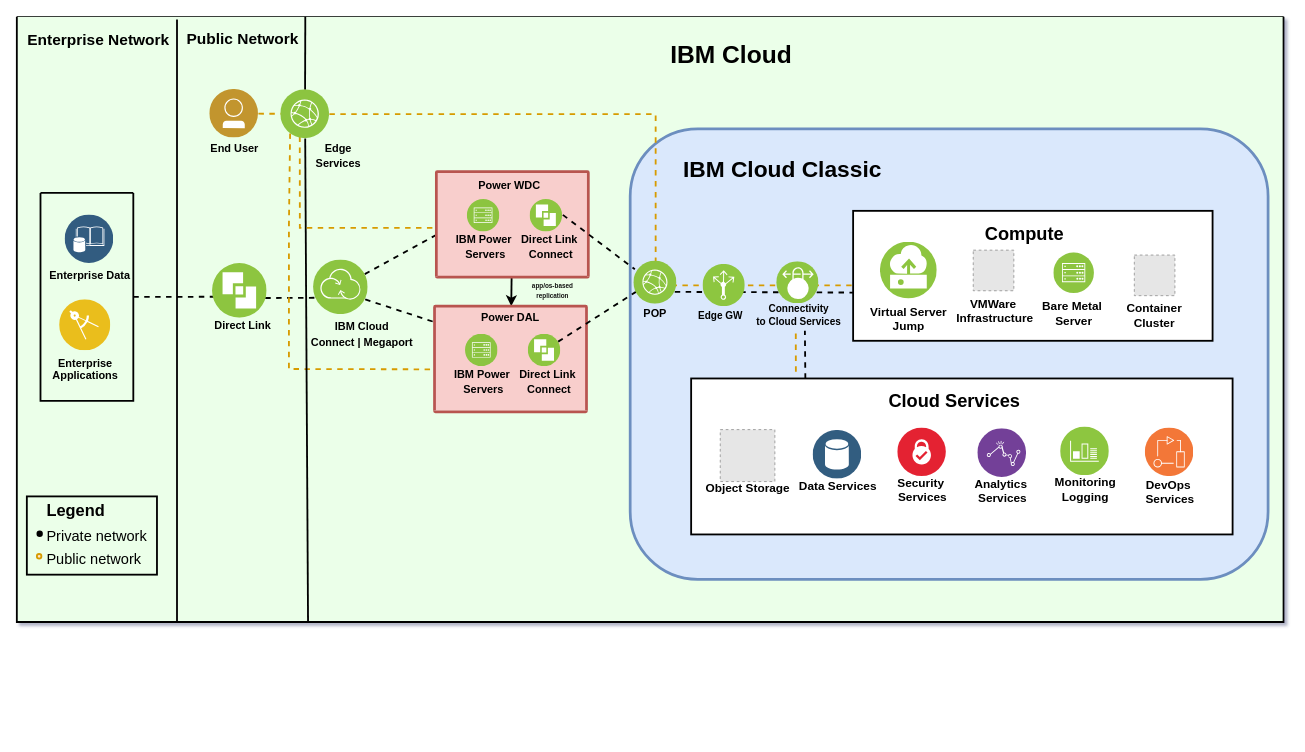
Earlier version of the draw.io diagram page "network-colo-to-colo-megaport" (5 of 8) of diagrams/power-iaas-diagram-enhanced.drawio (ibm-cloud-docs/power-iaas). Source tidied: cells renumbered, new cells numbered last; positions are measured from the earlier drawing's top-left corner, leaving out a move shared by most shapes. Both pictures are drawn from the tidied source at 91%, with x=0, y=0 at pixel (16, 16). Pictures stored in the file or linked from it are replaced by grey dashed boxes.
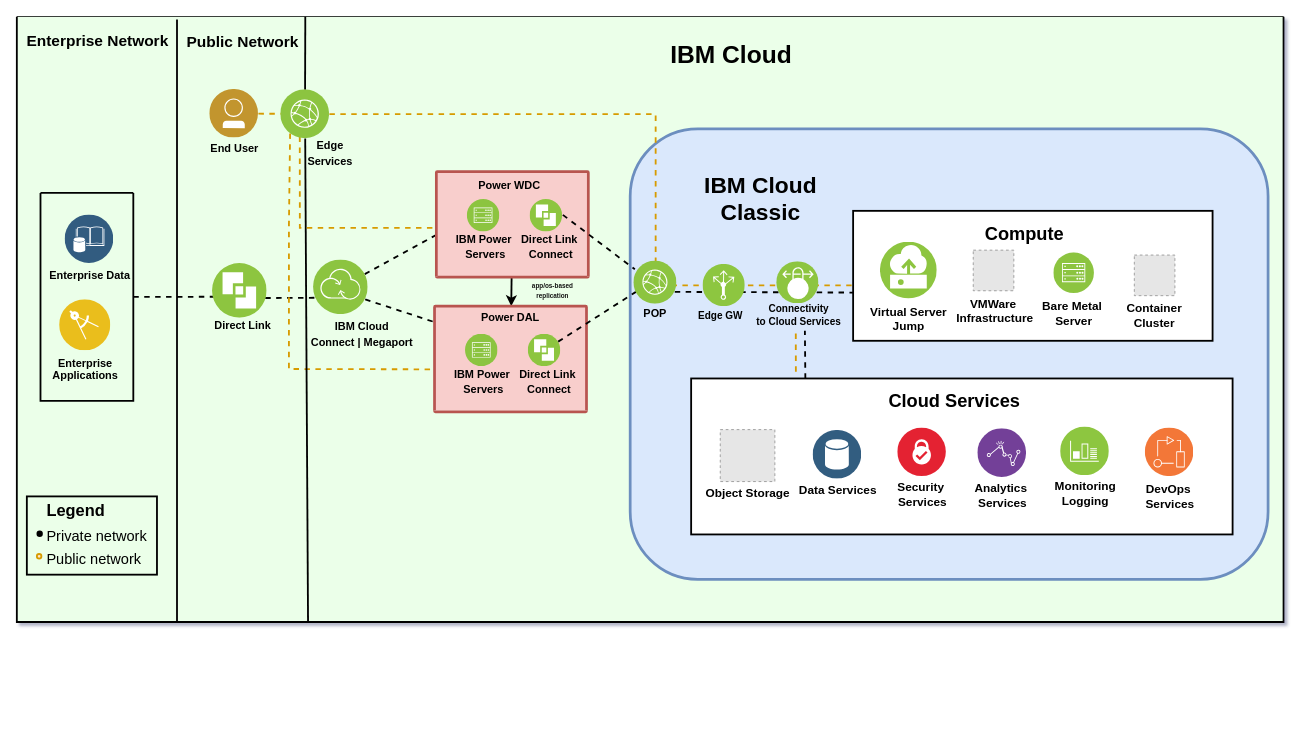
The same diagram, later.

The change refers to these unchanged cells:
```xml
<mxCell id="4" style="swimlane;shadow=0;align=right;startSize=0;strokeWidth=2;fontStyle=1;fontSize=10;verticalAlign=top;spacingTop=-6;html=1;labelBackgroundColor=none;swimlaneLine=1;swimlaneFillColor=#EBFFE9;fillColor=none;strokeColor=#000000;fontColor=#000000;" parent="3" vertex="1">
  <mxGeometry y="-29" width="1392" height="665" as="geometry" />
</mxCell>
```

What changed in the source:
```diff
@@
     <mxCell id="6" value="&lt;div style=&quot;font-size: 17px;&quot;&gt;&lt;font style=&quot;font-size: 17px;&quot;&gt;Enterprise Network&lt;/font&gt;&lt;/div&gt;&lt;div style=&quot;font-size: 17px;&quot;&gt;&lt;br style=&quot;font-size: 17px;&quot;&gt;&lt;/div&gt;" style="text;align=left;verticalAlign=top;shadow=0;dashed=0;labelBackgroundColor=none;fontStyle=1;fontSize=17;spacingLeft=5;fontColor=#000000;html=1;" parent="4" vertex="1">
-      <mxGeometry x="5" y="8.6" width="158" height="27.6" as="geometry" />
+      <mxGeometry x="3.5" y="10.4" width="158" height="27.6" as="geometry" />
     </mxCell>
     <mxCell id="7" value="Public Network" style="text;align=left;verticalAlign=top;shadow=0;dashed=0;labelBackgroundColor=none;fontStyle=1;fontSize=17;spacingLeft=5;whiteSpace=wrap;spacing=0;fontColor=#000000;html=1;" parent="4" vertex="1">
-      <mxGeometry x="182" y="10.4" width="126" height="29.5" as="geometry" />
+      <mxGeometry x="182" y="14" width="126" height="29.5" as="geometry" />
     </mxCell>
@@
-    <mxCell id="10" value="&lt;b style=&quot;font-size: 25px&quot;&gt;IBM Cloud Classic&lt;br&gt;&lt;br&gt;&lt;/b&gt;" style="text;html=1;align=center;verticalAlign=middle;fillColor=none;strokeColor=none;rounded=0;dashed=1;labelBackgroundColor=none;fontSize=25;" parent="4" vertex="1">
-      <mxGeometry x="726" y="146.5" width="230" height="70" as="geometry" />
+    <mxCell id="10" value="&lt;b style=&quot;font-size: 25px&quot;&gt;IBM Cloud &lt;br&gt;Classic&lt;br&gt;&lt;br&gt;&lt;/b&gt;" style="text;html=1;align=center;verticalAlign=middle;fillColor=none;strokeColor=none;rounded=0;dashed=1;labelBackgroundColor=none;fontSize=25;" parent="4" vertex="1">
+      <mxGeometry x="750" y="167" width="134" height="94" as="geometry" />
     </mxCell>
@@
-    <mxCell id="20" style="group;" parent="4" vertex="1">
+    <mxCell id="20" style="group;spacing=0;" parent="4" vertex="1">
       <mxGeometry x="741" y="397.4" width="595" height="171.4" as="geometry" />
     </mxCell>
@@
-    <mxCell id="22" value="&lt;div style=&quot;font-size: 13px&quot;&gt;&lt;font style=&quot;font-size: 13px&quot;&gt;Security&amp;nbsp;&lt;/font&gt;&lt;/div&gt;&lt;div style=&quot;font-size: 13px&quot;&gt;&lt;font style=&quot;font-size: 13px&quot;&gt;Services&lt;/font&gt;&lt;/div&gt;" style="perimeter=ellipsePerimeter;align=center;shadow=0;dashed=0;image;image=img/lib/ibm/blockchain/certificate_authority.svg;labelBackgroundColor=none;strokeColor=#666666;strokeWidth=3;fillColor=#C2952D;gradientColor=none;fontSize=10;fontColor=#000000;labelPosition=center;verticalLabelPosition=bottom;verticalAlign=top;spacing=0;spacingTop=-5;html=1;fontStyle=1;" parent="20" vertex="1">
+    <mxCell id="22" value="&lt;div style=&quot;font-size: 13px&quot;&gt;&lt;font style=&quot;font-size: 13px&quot;&gt;Security&amp;nbsp;&lt;/font&gt;&lt;/div&gt;&lt;div style=&quot;font-size: 13px&quot;&gt;&lt;font style=&quot;font-size: 13px&quot;&gt;Services&lt;/font&gt;&lt;/div&gt;" style="perimeter=ellipsePerimeter;align=center;shadow=0;dashed=0;image;image=img/lib/ibm/blockchain/certificate_authority.svg;labelBackgroundColor=none;strokeColor=#666666;strokeWidth=3;fillColor=#C2952D;gradientColor=none;fontSize=10;fontColor=#000000;labelPosition=center;verticalLabelPosition=bottom;verticalAlign=top;spacing=0;spacingTop=0;html=1;fontStyle=1;" parent="20" vertex="1">
       <mxGeometry x="227" y="54.3" width="53.5" height="53.5" as="geometry" />
     </mxCell>
-    <mxCell id="23" value="&lt;div&gt;&lt;font style=&quot;font-size: 13px&quot;&gt;Analytics&amp;nbsp;&lt;/font&gt;&lt;/div&gt;&lt;div&gt;&lt;font style=&quot;font-size: 13px&quot;&gt;Services&lt;/font&gt;&lt;/div&gt;" style="perimeter=ellipsePerimeter;align=center;shadow=0;dashed=0;image;image=img/lib/ibm/analytics/analytics.svg;labelBackgroundColor=none;strokeColor=#666666;strokeWidth=2;fillColor=#C2952D;gradientColor=none;fontSize=10;fontColor=#000000;spacingTop=-5;spacing=0;html=1;fontStyle=1;" parent="20" vertex="1">
+    <mxCell id="23" value="&lt;div&gt;&lt;font style=&quot;font-size: 13px&quot;&gt;Analytics&amp;nbsp;&lt;/font&gt;&lt;/div&gt;&lt;div&gt;&lt;font style=&quot;font-size: 13px&quot;&gt;Services&lt;/font&gt;&lt;/div&gt;" style="perimeter=ellipsePerimeter;align=center;shadow=0;dashed=0;image;image=img/lib/ibm/analytics/analytics.svg;labelBackgroundColor=none;strokeColor=#666666;strokeWidth=2;fillColor=#C2952D;gradientColor=none;fontSize=10;fontColor=#000000;spacingTop=0;spacing=0;html=1;fontStyle=1;" parent="20" vertex="1">
       <mxGeometry x="315" y="55.2" width="53.5" height="53.5" as="geometry" />
     </mxCell>
-    <mxCell id="24" value="&lt;div style=&quot;font-size: 13px&quot;&gt;&lt;font style=&quot;font-size: 13px&quot;&gt;Monitoring&lt;/font&gt;&lt;/div&gt;&lt;div style=&quot;font-size: 13px&quot;&gt;&lt;font style=&quot;font-size: 13px&quot;&gt;Logging&lt;/font&gt;&lt;/div&gt;" style="perimeter=ellipsePerimeter;align=center;shadow=0;dashed=0;image;image=img/lib/ibm/infrastructure/monitoring_logging.svg;strokeWidth=1;fillColor=#4378BB;fontColor=#000000;spacing=0;spacingTop=-5;fontSize=10;html=1;labelBackgroundColor=none;fontStyle=1;" parent="20" vertex="1">
+    <mxCell id="24" value="&lt;div style=&quot;font-size: 13px&quot;&gt;&lt;font style=&quot;font-size: 13px&quot;&gt;Monitoring&lt;/font&gt;&lt;/div&gt;&lt;div style=&quot;font-size: 13px&quot;&gt;&lt;font style=&quot;font-size: 13px&quot;&gt;Logging&lt;/font&gt;&lt;/div&gt;" style="perimeter=ellipsePerimeter;align=center;shadow=0;dashed=0;image;image=img/lib/ibm/infrastructure/monitoring_logging.svg;strokeWidth=1;fillColor=#4378BB;fontColor=#000000;spacing=0;spacingTop=0;fontSize=10;html=1;labelBackgroundColor=none;fontStyle=1;" parent="20" vertex="1">
       <mxGeometry x="406" y="53.3" width="53.5" height="53.5" as="geometry" />
     </mxCell>
-    <mxCell id="25" value="&lt;div style=&quot;font-size: 13px&quot;&gt;&lt;font style=&quot;font-size: 13px&quot;&gt;DevOps&amp;nbsp;&lt;/font&gt;&lt;/div&gt;&lt;div style=&quot;font-size: 13px&quot;&gt;&lt;font style=&quot;font-size: 13px&quot;&gt;Services&lt;/font&gt;&lt;/div&gt;" style="perimeter=ellipsePerimeter;align=center;shadow=0;dashed=0;fontColor=#000000;labelBackgroundColor=none;fontSize=10;spacingTop=-5;image;image=img/lib/ibm/devops/devops.svg;html=1;fontStyle=1;" parent="20" vertex="1">
+    <mxCell id="25" value="&lt;div style=&quot;font-size: 13px&quot;&gt;&lt;font style=&quot;font-size: 13px&quot;&gt;DevOps&amp;nbsp;&lt;/font&gt;&lt;/div&gt;&lt;div style=&quot;font-size: 13px&quot;&gt;&lt;font style=&quot;font-size: 13px&quot;&gt;Services&lt;/font&gt;&lt;/div&gt;" style="perimeter=ellipsePerimeter;align=center;shadow=0;dashed=0;fontColor=#000000;labelBackgroundColor=none;fontSize=10;spacingTop=0;image;image=img/lib/ibm/devops/devops.svg;html=1;fontStyle=1;" parent="20" vertex="1">
       <mxGeometry x="499" y="54.3" width="53.5" height="53.5" as="geometry" />
     </mxCell>
-    <mxCell id="26" value="&lt;div&gt;&lt;font style=&quot;font-size: 13px&quot;&gt;Data Services&lt;/font&gt;&lt;/div&gt;" style="perimeter=ellipsePerimeter;align=center;shadow=0;dashed=0;image;image=img/lib/ibm/data/data_services.svg;labelBackgroundColor=none;strokeColor=#666666;strokeWidth=2;fillColor=#C2952D;gradientColor=none;fontSize=10;fontColor=#000000;spacingTop=-5;spacing=0;html=1;fontStyle=1;" parent="20" vertex="1">
+    <mxCell id="26" value="&lt;div&gt;&lt;font style=&quot;font-size: 13px&quot;&gt;Data Services&lt;/font&gt;&lt;/div&gt;" style="perimeter=ellipsePerimeter;align=center;shadow=0;dashed=0;image;image=img/lib/ibm/data/data_services.svg;labelBackgroundColor=none;strokeColor=#666666;strokeWidth=2;fillColor=#C2952D;gradientColor=none;fontSize=10;fontColor=#000000;spacingTop=0;spacing=0;html=1;fontStyle=1;" parent="20" vertex="1">
       <mxGeometry x="134" y="57.1" width="53.5" height="53.5" as="geometry" />
     </mxCell>
-    <mxCell id="27" value="&lt;font style=&quot;font-size: 13px&quot;&gt;Object Storage&lt;/font&gt;" style="fillColor=#E6E6E6;strokeColor=#999999;dashed=1;verticalLabelPosition=bottom;verticalAlign=top;fontColor=#000000;spacing=0;spacingTop=-5;fontSize=10;html=1;labelBackgroundColor=none;fontStyle=1;" parent="20" vertex="1">
+    <mxCell id="27" value="&lt;font style=&quot;font-size: 13px&quot;&gt;Object Storage&lt;/font&gt;" style="fillColor=#E6E6E6;strokeColor=#999999;dashed=1;verticalLabelPosition=bottom;verticalAlign=top;fontColor=#000000;spacing=0;spacingTop=0;fontSize=10;html=1;labelBackgroundColor=none;fontStyle=1;" parent="20" vertex="1">
       <mxGeometry x="32" y="56.2" width="60" height="57.1" as="geometry" />
     </mxCell>
@@
     <mxCell id="51" value="&lt;span style=&quot;font-size: 12px&quot;&gt;&lt;b&gt;Edge &lt;br&gt;Services&lt;/b&gt;&lt;/span&gt;" style="text;html=1;align=center;verticalAlign=middle;fillColor=none;strokeColor=none;rounded=0;labelBackgroundColor=none;fontSize=14;fontColor=none;" parent="4" vertex="1">
-      <mxGeometry x="323" y="130.6" width="60" height="42" as="geometry" />
+      <mxGeometry x="314" y="128" width="60" height="42" as="geometry" />
     </mxCell>
```
